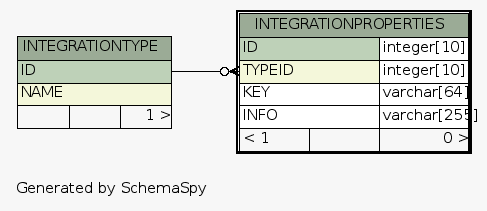
Before: dictionary/Fishbowl2013.5/diagrams/INTEGRATIONPROPERTIES.1degree.png, a diagram exported from Graphviz (ilopez/FishbowlDataDictionary). Its source is kept beside it as dictionary/Fishbowl2013.5/diagrams/INTEGRATIONPROPERTIES.1degree.dot.
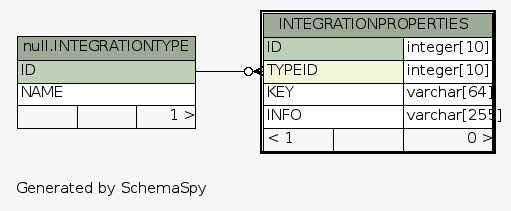
The same diagram one commit later.

Diff of the diagram source:
```diff
@@ -17,7 +17,7 @@
   edge [
     arrowsize="0.8"
   ];
-  "INTEGRATIONPROPERTIES":"TYPEID":w -> "INTEGRATIONTYPE":"ID":e [arrowhead=none dir=back arrowtail=crowodot];
+  "INTEGRATIONPROPERTIES":"TYPEID":w -> "null.INTEGRATIONTYPE":"ID":e [arrowhead=none dir=back arrowtail=crowodot];
   "INTEGRATIONPROPERTIES" [
     label=<
     <TABLE BORDER="2" CELLBORDER="1" CELLSPACING="0" BGCOLOR="#ffffff">
@@ -31,15 +31,14 @@
     URL="INTEGRATIONPROPERTIES.html"
     tooltip="INTEGRATIONPROPERTIES"
   ];
-  "INTEGRATIONTYPE" [
+  "null.INTEGRATIONTYPE" [
     label=<
     <TABLE BORDER="0" CELLBORDER="1" CELLSPACING="0" BGCOLOR="#ffffff">
-      <TR><TD COLSPAN="3" BGCOLOR="#9bab96" ALIGN="CENTER">INTEGRATIONTYPE</TD></TR>
+      <TR><TD COLSPAN="3" BGCOLOR="#9bab96" ALIGN="CENTER">null.INTEGRATIONTYPE</TD></TR>
       <TR><TD PORT="ID" COLSPAN="3" BGCOLOR="#bed1b8" ALIGN="LEFT">ID</TD></TR>
-      <TR><TD PORT="NAME" COLSPAN="3" BGCOLOR="#f4f7da" ALIGN="LEFT">NAME</TD></TR>
+      <TR><TD PORT="NAME" COLSPAN="3" ALIGN="LEFT">NAME</TD></TR>
       <TR><TD ALIGN="LEFT" BGCOLOR="#f7f7f7">  </TD><TD ALIGN="RIGHT" BGCOLOR="#f7f7f7">  </TD><TD ALIGN="RIGHT" BGCOLOR="#f7f7f7">1 &gt;</TD></TR>
     </TABLE>>
-    URL="INTEGRATIONTYPE.html"
-    tooltip="INTEGRATIONTYPE"
+    tooltip="null.INTEGRATIONTYPE"
   ];
 }
```
